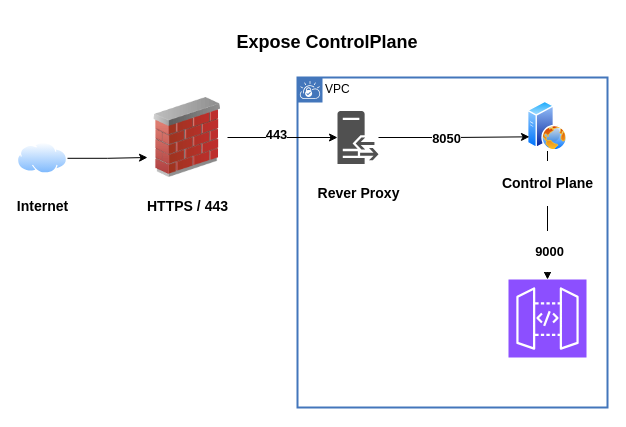
marcelonyc/xformer-builder keeps this draw.io diagram as docs/assets/ProxyAllControlplane.drawio. Above is the earlier version. Source tidied: cells renumbered, new cells numbered last; positions are measured from the earlier drawing's top-left corner, leaving out a move shared by most shapes. Both pictures are drawn from the tidied source at 100%, with x=0, y=0 at pixel (17, 27).
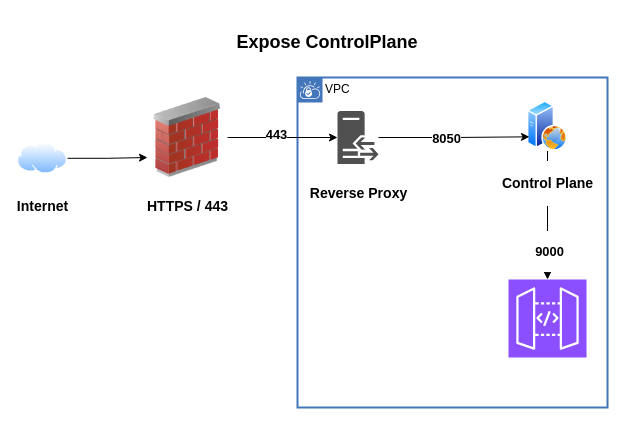
After the change.

Commit message (it also covers changes not shown here):
Documentaytion: Update ProxyAllControlplane diagram and related files

Diff of the diagram source:
```diff
@@
 <mxGraphModel>
   <root>
     <mxCell id="0" />
     <mxCell id="1" parent="0" />
     <mxCell id="2" value="VPC" style="shape=mxgraph.ibm.box;prType=vpc;fontStyle=0;verticalAlign=top;align=left;spacingLeft=32;spacingTop=4;fillColor=none;rounded=0;whiteSpace=wrap;html=1;strokeColor=#4376BB;strokeWidth=2;dashed=0;spacing=-4;" parent="1" vertex="1">
       <mxGeometry x="280" y="50" width="310" height="330" as="geometry" />
     </mxCell>
     <mxCell id="3" style="edgeStyle=orthogonalEdgeStyle;rounded=0;jettySize=auto;html=1;spacing=2;" parent="2" edge="1" source="5" target="6">
       <mxGeometry relative="1" as="geometry" />
     </mxCell>
     <mxCell id="4" value="&lt;h3&gt;9000&lt;/h3&gt;" style="edgeLabel;html=1;align=center;verticalAlign=middle;" parent="3" vertex="1">
       <mxGeometry x="0.56" y="1" relative="1" as="geometry" />
     </mxCell>
     <mxCell id="5" value="&lt;h3&gt;Control Plane&lt;/h3&gt;" style="image;perimeter=ellipsePerimeter;html=1;align=center;shadow=0;dashed=0;spacingTop=3;image=img/lib/active_directory/web_server.svg;" parent="2" vertex="1">
       <mxGeometry x="230" y="23.5" width="40" height="50" as="geometry" />
     </mxCell>
     <mxCell id="6" value="&lt;h3&gt;&lt;font color=&quot;#ffffff&quot;&gt;Dataplane&lt;/font&gt;&lt;/h3&gt;" style="sketch=0;points=[[0,0,0],[0.25,0,0],[0.5,0,0],[0.75,0,0],[1,0,0],[0,1,0],[0.25,1,0],[0.5,1,0],[0.75,1,0],[1,1,0],[0,0.25,0],[0,0.5,0],[0,0.75,0],[1,0.25,0],[1,0.5,0],[1,0.75,0]];outlineConnect=0;fontColor=#232F3E;fillColor=#8C4FFF;strokeColor=#ffffff;dashed=0;verticalLabelPosition=bottom;verticalAlign=top;align=center;html=1;fontSize=12;fontStyle=0;shape=mxgraph.aws4.resourceIcon;resIcon=mxgraph.aws4.api_gateway;" parent="2" vertex="1">
       <mxGeometry x="211" y="202" width="78" height="78" as="geometry" />
     </mxCell>
     <mxCell id="7" style="edgeStyle=orthogonalEdgeStyle;rounded=0;jettySize=auto;html=1;" parent="1" edge="1" source="9" target="12">
       <mxGeometry relative="1" as="geometry" />
     </mxCell>
     <mxCell id="8" value="&lt;h3&gt;443&lt;/h3&gt;" style="edgeLabel;html=1;align=center;verticalAlign=middle;" parent="7" vertex="1">
       <mxGeometry x="-0.13" y="4" relative="1" as="geometry" />
     </mxCell>
     <mxCell id="9" value="&lt;h3&gt;HTTPS / 443&lt;/h3&gt;" style="image;html=1;image=img/lib/clip_art/networking/Firewall_02_128x128.png;" parent="1" vertex="1">
       <mxGeometry x="130" y="70" width="80" height="80" as="geometry" />
     </mxCell>
     <mxCell id="10" style="edgeStyle=orthogonalEdgeStyle;rounded=0;jettySize=auto;html=1;entryX=0;entryY=0.75;entryDx=0;entryDy=0;" parent="1" edge="1" source="12" target="5">
       <mxGeometry relative="1" as="geometry" />
     </mxCell>
     <mxCell id="11" value="&lt;h3&gt;8050&lt;/h3&gt;" style="edgeLabel;html=1;align=center;verticalAlign=middle;" parent="10" vertex="1">
       <mxGeometry x="-0.11" relative="1" as="geometry" />
     </mxCell>
-    <mxCell id="12" value="&lt;h3&gt;Rever Proxy&lt;/h3&gt;" style="sketch=0;shadow=0;dashed=0;html=1;strokeColor=none;fillColor=#505050;labelPosition=center;verticalLabelPosition=bottom;verticalAlign=top;outlineConnect=0;align=center;shape=mxgraph.office.servers.reverse_proxy;" parent="1" vertex="1">
+    <mxCell id="12" value="&lt;h3&gt;Reverse Proxy&lt;/h3&gt;" style="sketch=0;shadow=0;dashed=0;html=1;strokeColor=none;fillColor=#505050;labelPosition=center;verticalLabelPosition=bottom;verticalAlign=top;outlineConnect=0;align=center;shape=mxgraph.office.servers.reverse_proxy;" parent="1" vertex="1">
       <mxGeometry x="320" y="83.5" width="41" height="53" as="geometry" />
     </mxCell>
     <mxCell id="13" style="edgeStyle=orthogonalEdgeStyle;rounded=0;jettySize=auto;html=1;entryX=0;entryY=0.75;entryDx=0;entryDy=0;" parent="1" edge="1" source="14" target="9">
       <mxGeometry relative="1" as="geometry" />
     </mxCell>
     <mxCell id="14" value="&lt;h3&gt;Internet&lt;/h3&gt;" style="image;perimeter=ellipsePerimeter;html=1;align=center;shadow=0;dashed=0;spacingTop=3;image=img/lib/active_directory/internet_cloud.svg;" parent="1" vertex="1">
       <mxGeometry y="115" width="50" height="31.5" as="geometry" />
     </mxCell>
     <mxCell id="15" value="&lt;h2&gt;Expose ControlPlane&lt;/h2&gt;" style="text;html=1;align=center;verticalAlign=middle;whiteSpace=wrap;rounded=0;" parent="1" vertex="1">
       <mxGeometry x="160" width="300" height="30" as="geometry" />
     </mxCell>
   </root>
 </mxGraphModel>
```
